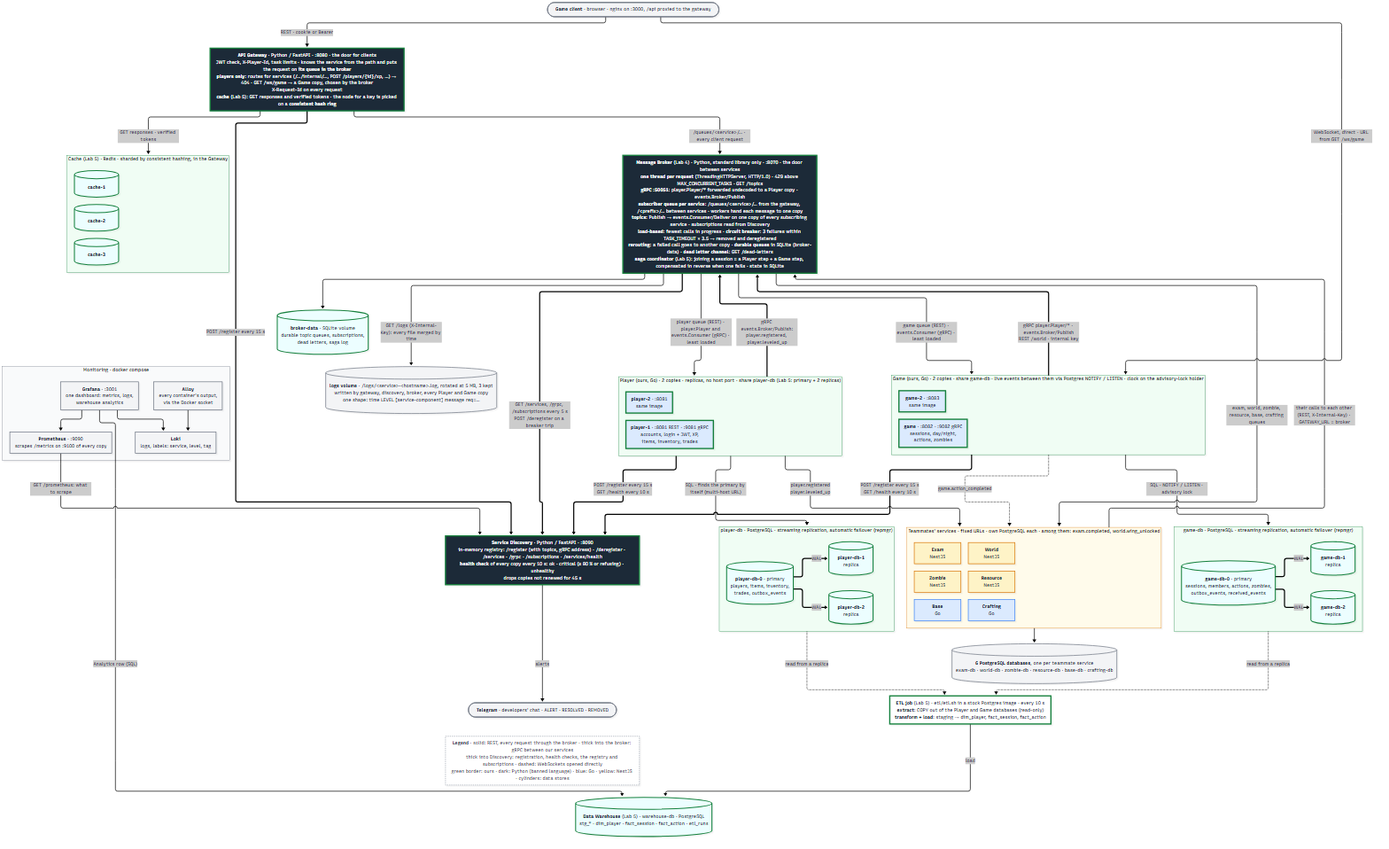
The Mermaid diagram architecture.png in fish30008/in-kahoots-with-the-undead, before a commit. Its source is kept beside it as architecture.mmd.
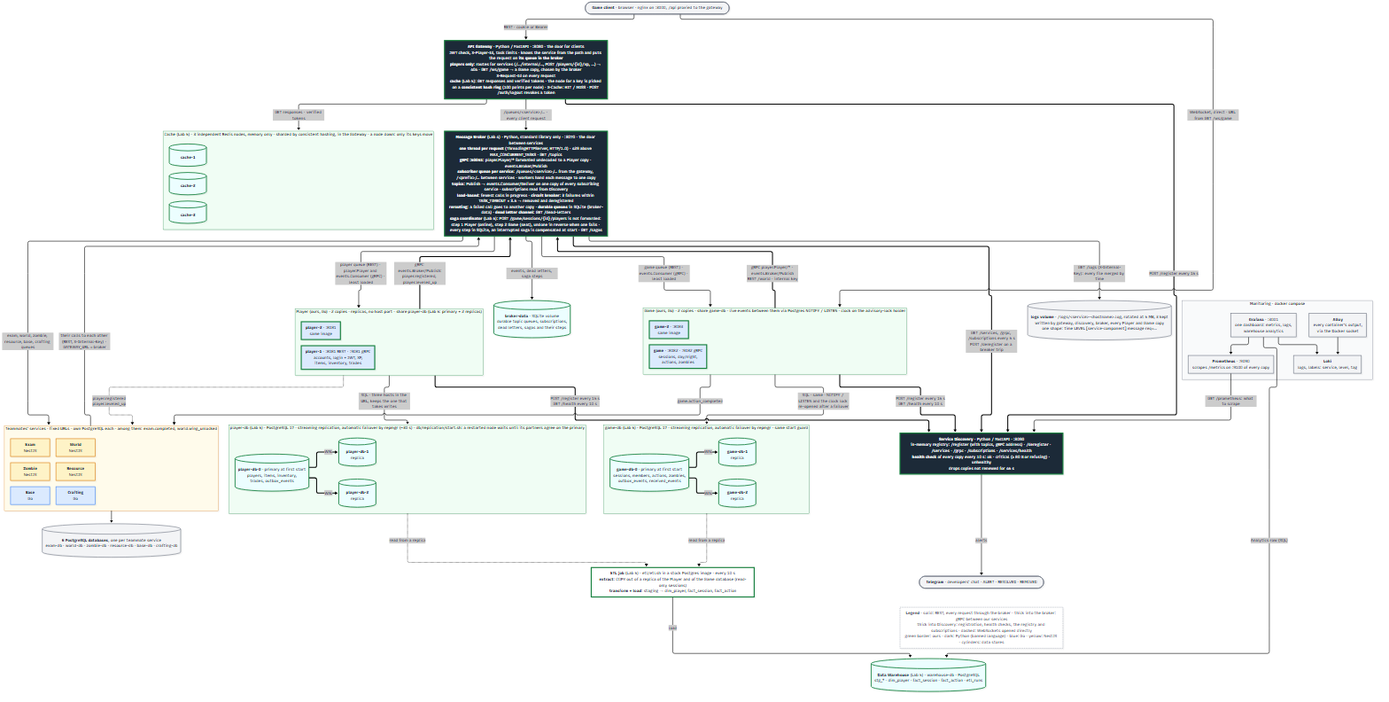
The same file after the commit.

Commit message:
grade 10: postman, diagram, docs, image tags 5

What changed in the source:
```diff
@@ -3,9 +3,9 @@
 
     client(["<b>Game client</b> · browser · nginx on :3000, /api proxied to the gateway"])
 
-    gateway["<b>API Gateway</b> · Python / FastAPI · :8080 · the door for clients<br/>JWT check, X-Player-Id, task limits · knows the service from the path and puts the request on <b>its queue in the broker</b><br/><b>players only</b>: routes for services (/…/internal/…, POST /players/{id}/xp, …) → 404 · GET /ws/game → a Game copy, chosen by the broker<br/>X-Request-Id on every request<br/><b>cache</b> (Lab 5): GET responses and verified tokens · the node for a key is picked on a <b>consistent hash ring</b>"]
+    gateway["<b>API Gateway</b> · Python / FastAPI · :8080 · the door for clients<br/>JWT check, X-Player-Id, task limits · knows the service from the path and puts the request on <b>its queue in the broker</b><br/><b>players only</b>: routes for services (/…/internal/…, POST /players/{id}/xp, …) → 404 · GET /ws/game → a Game copy, chosen by the broker<br/>X-Request-Id on every request<br/><b>cache</b> (Lab 5): GET responses and verified tokens · the node for a key is picked on a <b>consistent hash ring</b> (100 points per node) · X-Cache: HIT / MISS · POST /auth/logout revokes a token"]
 
-    broker["<b>Message Broker</b> (Lab 4) · Python, standard library only · :8070 · the door between services<br/><b>one thread per request</b> (ThreadingHTTPServer, HTTP/1.0) · 429 above MAX_CONCURRENT_TASKS · GET /topics<br/><b>gRPC :50051</b>: player.Player/* forwarded undecoded to a Player copy · events.Broker/Publish<br/><b>subscriber queue per service</b>: /queues/&lt;service&gt;/… from the gateway, /&lt;prefix&gt;/… between services · workers hand each message to one copy<br/><b>topics</b>: Publish → events.Consumer/Deliver on one copy of every subscribing service · subscriptions read from Discovery<br/><b>load-based</b>: fewest calls in progress · <b>circuit breaker</b>: 3 failures within TASK_TIMEOUT × 3.5 → removed and deregistered<br/><b>rerouting</b>: a failed call goes to another copy · <b>durable queues</b> in SQLite (broker-data) · <b>dead letter channel</b>: GET /dead-letters<br/><b>saga coordinator</b> (Lab 5): joining a session = a Player step + a Game step, compensated in reverse when one fails · state in SQLite"]
+    broker["<b>Message Broker</b> (Lab 4) · Python, standard library only · :8070 · the door between services<br/><b>one thread per request</b> (ThreadingHTTPServer, HTTP/1.0) · 429 above MAX_CONCURRENT_TASKS · GET /topics<br/><b>gRPC :50051</b>: player.Player/* forwarded undecoded to a Player copy · events.Broker/Publish<br/><b>subscriber queue per service</b>: /queues/&lt;service&gt;/… from the gateway, /&lt;prefix&gt;/… between services · workers hand each message to one copy<br/><b>topics</b>: Publish → events.Consumer/Deliver on one copy of every subscribing service · subscriptions read from Discovery<br/><b>load-based</b>: fewest calls in progress · <b>circuit breaker</b>: 3 failures within TASK_TIMEOUT × 3.5 → removed and deregistered<br/><b>rerouting</b>: a failed call goes to another copy · <b>durable queues</b> in SQLite (broker-data) · <b>dead letter channel</b>: GET /dead-letters<br/><b>saga coordinator</b> (Lab 5): POST /game/sessions/{id}/players is not forwarded: step 1 Player (online), step 2 Game (seat), undone in reverse when one fails · every step in SQLite, an interrupted saga is compensated at start · GET /sagas"]
 
     subgraph playercopies["Player (ours, Go) · 2 copies · replicas, no host port · share player-db (Lab 5: primary + 2 replicas)"]
         direction LR
@@ -36,27 +36,27 @@
     logs[("<b>logs volume</b> · /logs/&lt;service&gt;-&lt;hostname&gt;.log, rotated at 5 MB, 3 kept<br/>written by gateway, discovery, broker, every Player and Game copy<br/>one shape: time LEVEL [service-component] message req=…")]
 
 
-    subgraph cache["Cache (Lab 5) · Redis · sharded by consistent hashing, in the Gateway"]
+    subgraph cache["Cache (Lab 5) · 3 independent Redis nodes, memory only · sharded by consistent hashing, in the Gateway · a node down: only its keys move"]
         direction LR
         cache1[("<b>cache-1</b>")]
         cache2[("<b>cache-2</b>")]
         cache3[("<b>cache-3</b>")]
     end
 
-    brokerdata[("<b>broker-data</b> · SQLite volume<br/>durable topic queues, subscriptions,<br/>dead letters, saga log")]
+    brokerdata[("<b>broker-data</b> · SQLite volume<br/>durable topic queues, subscriptions,<br/>dead letters, sagas and their steps")]
 
-    subgraph playerdb["player-db · PostgreSQL · streaming replication, automatic failover (repmgr)"]
+    subgraph playerdb["player-db (Lab 5) · PostgreSQL 17 · streaming replication, automatic failover by repmgr (~30 s) · db/replication/start.sh: a restarted node waits until its partners agree on the primary"]
         direction LR
-        playerdb0[("<b>player-db-0</b> · primary<br/>players, items, inventory,<br/>trades, outbox_events")]
+        playerdb0[("<b>player-db-0</b> · primary at first start<br/>players, items, inventory,<br/>trades, outbox_events")]
         playerdb1[("<b>player-db-1</b><br/>replica")]
         playerdb2[("<b>player-db-2</b><br/>replica")]
         playerdb0 == "WAL" ==> playerdb1
         playerdb0 == "WAL" ==> playerdb2
     end
 
-    subgraph gamedb["game-db · PostgreSQL · streaming replication, automatic failover (repmgr)"]
+    subgraph gamedb["game-db (Lab 5) · PostgreSQL 17 · streaming replication, automatic failover by repmgr · same start guard"]
         direction LR
-        gamedb0[("<b>game-db-0</b> · primary<br/>sessions, members, actions, zombies,<br/>outbox_events, received_events")]
+        gamedb0[("<b>game-db-0</b> · primary at first start<br/>sessions, members, actions, zombies,<br/>outbox_events, received_events")]
         gamedb1[("<b>game-db-1</b><br/>replica")]
         gamedb2[("<b>game-db-2</b><br/>replica")]
         gamedb0 == "WAL" ==> gamedb1
@@ -65,14 +65,14 @@
 
     teamdb[("<b>6 PostgreSQL databases</b>, one per teammate service<br/>exam-db · world-db · zombie-db · resource-db · base-db · crafting-db")]
 
-    etl["<b>ETL job</b> (Lab 5) · etl/etl.sh in a stock Postgres image · every 10 s<br/><b>extract</b>: COPY out of the Player and Game databases (read-only)<br/><b>transform + load</b>: staging → dim_player, fact_session, fact_action"]
+    etl["<b>ETL job</b> (Lab 5) · etl/etl.sh in a stock Postgres image · every 10 s<br/><b>extract</b>: COPY out of a replica of the Player and of the Game database (read-only sessions)<br/><b>transform + load</b>: staging → dim_player, fact_session, fact_action"]
 
     warehouse[("<b>Data Warehouse</b> (Lab 5) · warehouse-db · PostgreSQL<br/>stg_* · dim_player · fact_session · fact_action · etl_runs")]
 
     gateway -- "GET responses · verified tokens" --> cache
-    broker --> brokerdata
-    playercopies -- "SQL · finds the primary by itself (multi-host URL)" --> playerdb
-    gamecopies -- "SQL · NOTIFY / LISTEN · advisory lock" --> gamedb
+    broker -- "events, dead letters, saga steps" --> brokerdata
+    playercopies -- "SQL · three hosts in the URL, keeps the one that takes writes" --> playerdb
+    gamecopies -- "SQL · same · NOTIFY / LISTEN and the clock lock re-opened after a failover" --> gamedb
     team --> teamdb
     playerdb -. "read from a replica" .-> etl
     gamedb -. "read from a replica" .-> etl
```
